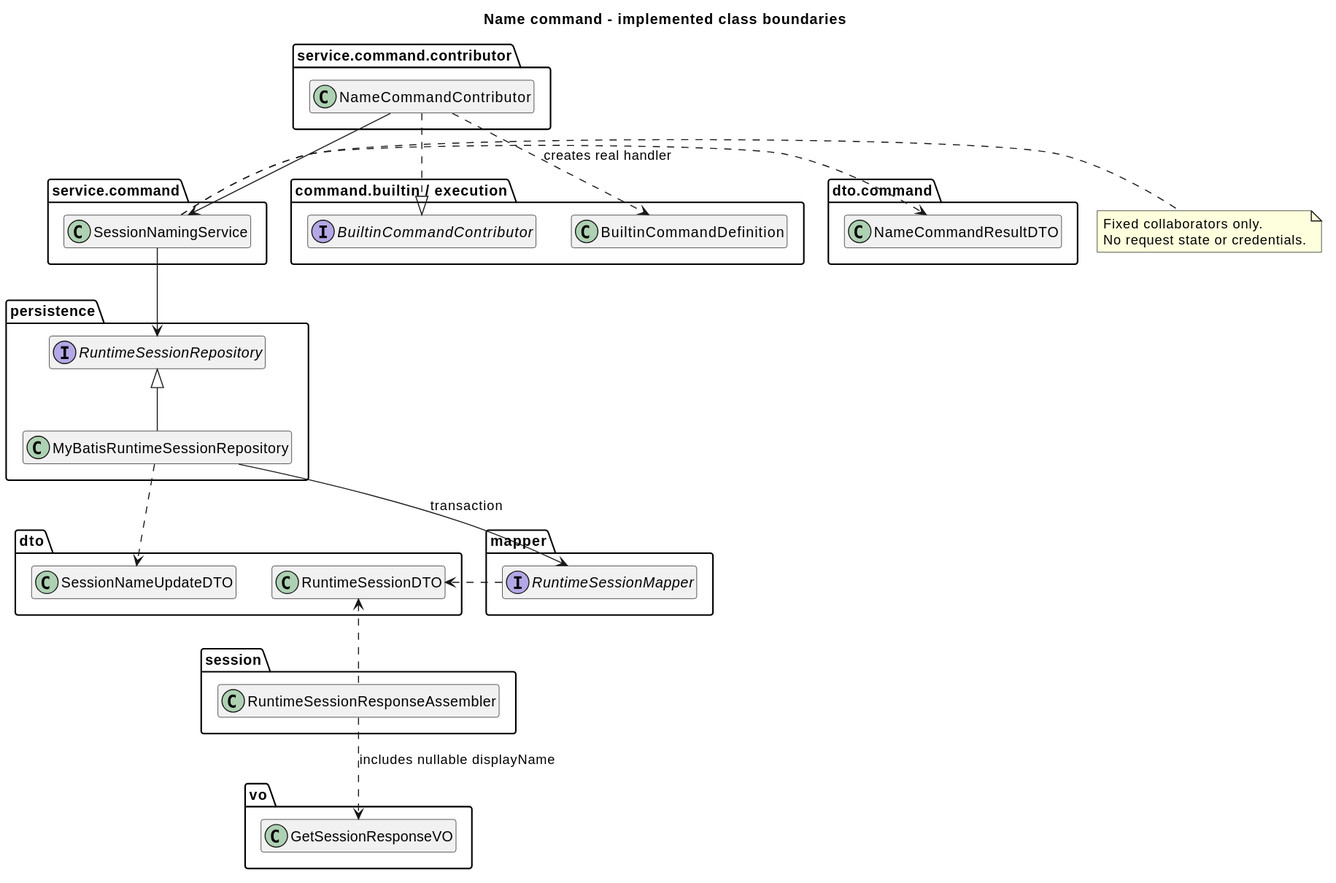
This is docs/designs/builtin-command-name/builtin_name_layers.svg from 2862282695gjh-afk/pi-mono-java, a PlantUML export, as it was before one commit.
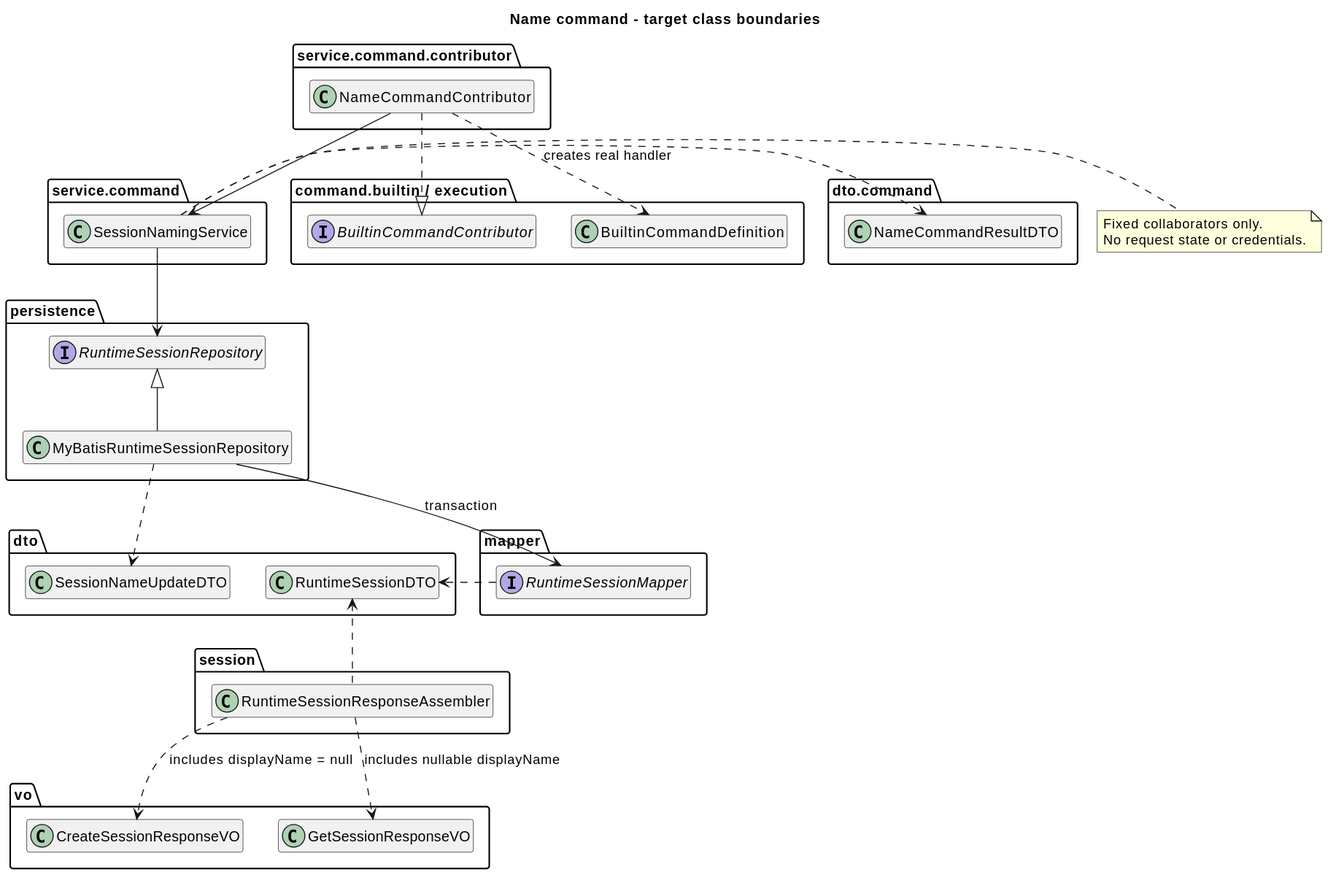
The same diagram one commit later.

Commit message:
docs(command): 对齐 Name 创建契约与统一实现责任

The edit, as a diff of the source:
```diff
@@ -1,5 +1,5 @@
 @startuml
-title Name command - implemented class boundaries
+title Name command - target class boundaries
 set namespaceSeparator none
 skinparam shadowing false
 skinparam classAttributeIconSize 0
@@ -32,6 +32,7 @@
   class "RuntimeSessionResponseAssembler" as Assembler
 }
 package "vo" {
+  class "CreateSessionResponseVO" as CreateView
   class "GetSessionResponseVO" as View
 }
 Contributor ..|> SPI
@@ -44,6 +45,7 @@
 Repository .right.> Update
 Mapper .right.> Session
 Assembler .up.> Session
+Assembler .down.> CreateView : includes displayName = null
 Assembler .down.> View : includes nullable displayName
 note right of Service
   Fixed collaborators only.
```
